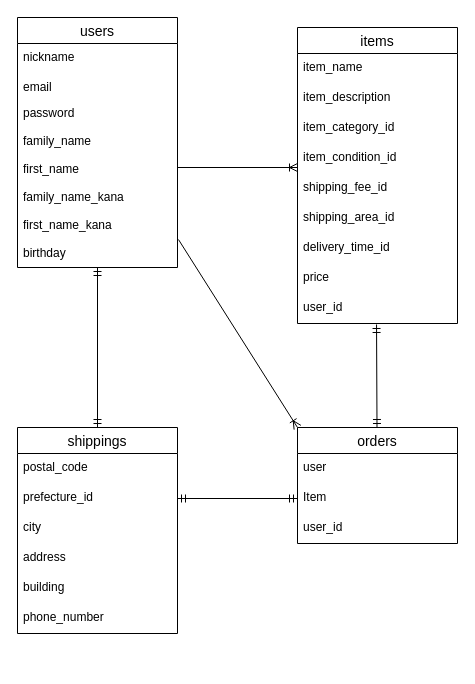
peach126/furima-42112 keeps this draw.io diagram as config/furima.dio. Above is the earlier version. Source tidied: cells renumbered, new cells numbered last; positions are measured from the earlier drawing's top-left corner, leaving out a move shared by most shapes. Both pictures are drawn from the tidied source at 100%, with x=0, y=0 at pixel (17, 17).
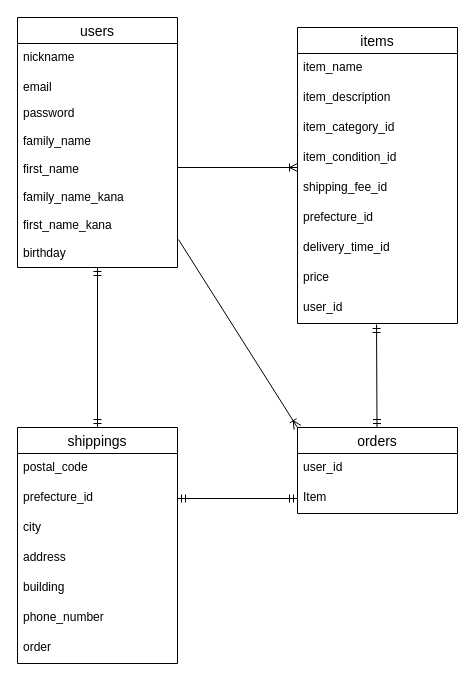
The same page after the edit.

Commit message (it also covers changes not shown here):
データベース設計＃3再々修正

The change refers to these unchanged cells:
```xml
<mxCell id="2" value="items" style="swimlane;fontStyle=0;horizontal=1;startSize=26;align=center;fontSize=14;" parent="1" vertex="1">
  <mxGeometry x="280" y="10" width="160" height="296" as="geometry" />
</mxCell>
```

The edit, as a diff of the source:
```diff
@@
-    <mxCell id="8" value="&lt;span style=&quot;color: rgb(0, 0, 0);&quot;&gt;shipping_&lt;/span&gt;area_id" style="text;strokeColor=none;fillColor=none;spacingLeft=4;spacingRight=4;overflow=hidden;fontSize=12;whiteSpace=wrap;html=1;" parent="2" vertex="1">
+    <mxCell id="8" value="prefecture_id" style="text;strokeColor=none;fillColor=none;spacingLeft=4;spacingRight=4;overflow=hidden;fontSize=12;whiteSpace=wrap;html=1;" parent="2" vertex="1">
       <mxGeometry y="176" width="160" height="30" as="geometry" />
     </mxCell>
@@
     <mxCell id="21" value="orders" style="swimlane;fontStyle=0;horizontal=1;startSize=26;align=center;fontSize=14;" parent="1" vertex="1">
-      <mxGeometry x="280" y="410" width="160" height="116" as="geometry" />
+      <mxGeometry x="280" y="410" width="160" height="86" as="geometry" />
     </mxCell>
-    <mxCell id="22" value="user" style="text;strokeColor=none;fillColor=none;spacingLeft=4;spacingRight=4;overflow=hidden;fontSize=12;whiteSpace=wrap;html=1;" parent="21" vertex="1">
+    <mxCell id="22" value="user_id" style="text;strokeColor=none;fillColor=none;spacingLeft=4;spacingRight=4;overflow=hidden;fontSize=12;whiteSpace=wrap;html=1;" parent="21" vertex="1">
       <mxGeometry y="26" width="160" height="30" as="geometry" />
     </mxCell>
@@
-    <mxCell id="24" value="user_id" style="text;strokeColor=none;fillColor=none;spacingLeft=4;spacingRight=4;overflow=hidden;fontSize=12;whiteSpace=wrap;html=1;" parent="21" vertex="1">
-      <mxGeometry y="86" width="160" height="30" as="geometry" />
-    </mxCell>
     <mxCell id="25" value="shippings" style="swimlane;fontStyle=0;horizontal=1;startSize=26;align=center;fontSize=14;" parent="1" vertex="1">
-      <mxGeometry y="410" width="160" height="206" as="geometry" />
+      <mxGeometry y="410" width="160" height="236" as="geometry" />
     </mxCell>
@@
+    <mxCell id="37" value="order" style="text;strokeColor=none;fillColor=none;spacingLeft=4;spacingRight=4;overflow=hidden;fontSize=12;whiteSpace=wrap;html=1;" parent="25" vertex="1">
+      <mxGeometry y="206" width="160" height="30" as="geometry" />
+    </mxCell>
```
